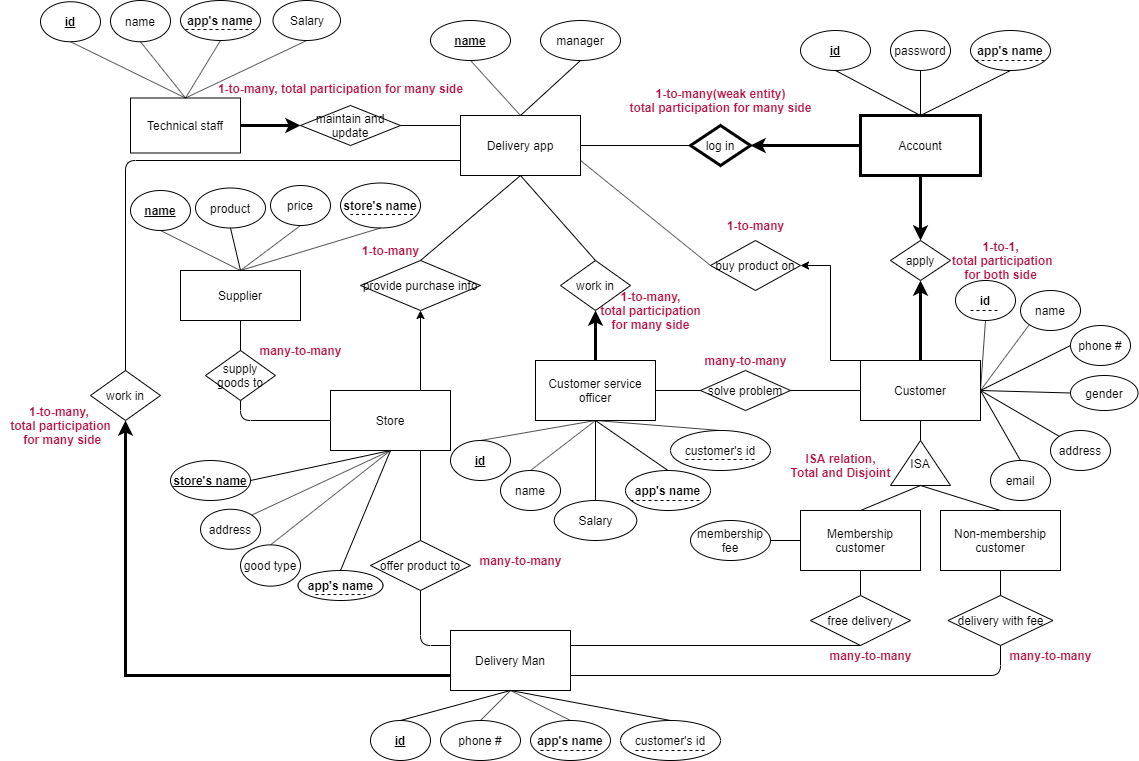
Above: ER.png in rubyEncap/CPSC304 (draw.io), before the change. Source tidied: cells renumbered, new cells last; positions are measured from the earlier drawing's top-left corner, leaving out a move shared by most shapes.
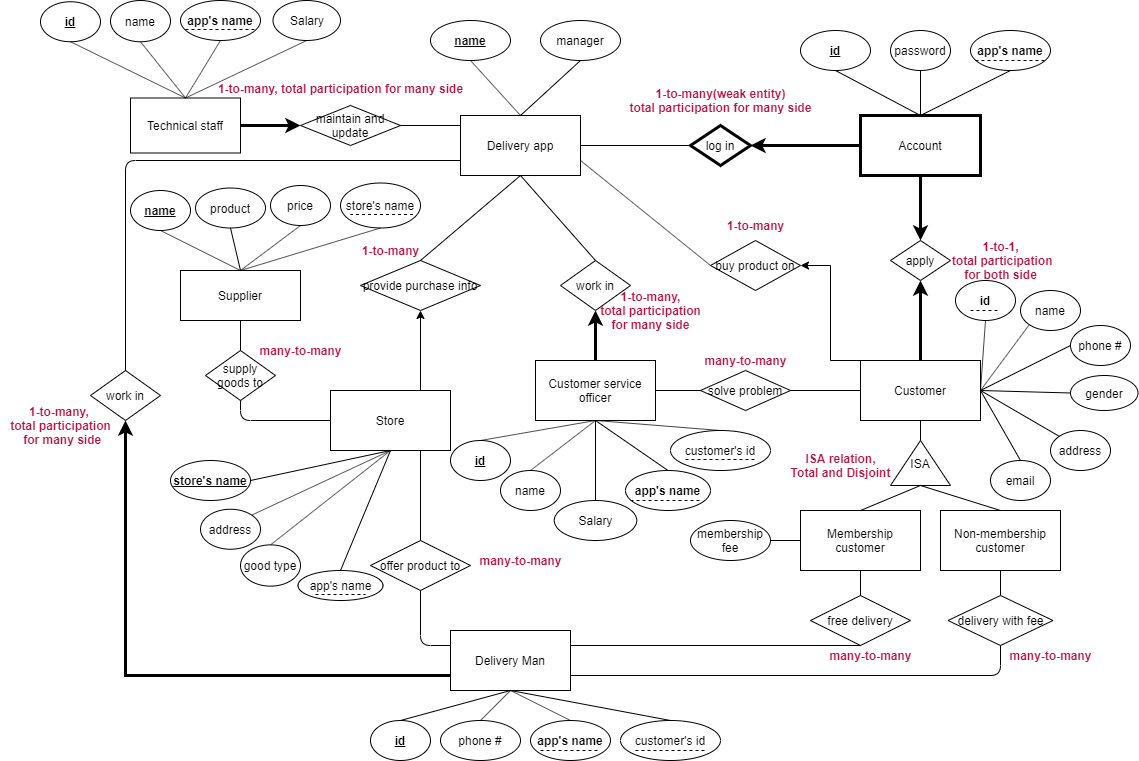
The same file after the commit.

The edit, as a diff of the source:
```diff
@@ -363,7 +363,7 @@
     <mxCell id="110" style="endArrow=none;html=1;entryX=0;entryY=0.5;entryDx=0;entryDy=0;exitX=1;exitY=0.5;exitDx=0;exitDy=0;" parent="1" edge="1" source="68" target="109">
       <mxGeometry relative="1" as="geometry" />
     </mxCell>
-    <mxCell id="111" value="&lt;span style=&quot;white-space: normal&quot;&gt;&lt;b&gt;app's name&lt;/b&gt;&lt;/span&gt;" style="ellipse;whiteSpace=wrap;html=1;" parent="1" vertex="1">
+    <mxCell id="111" value="&lt;span style=&quot;white-space: normal&quot;&gt;app's name&lt;/span&gt;" style="ellipse;whiteSpace=wrap;html=1;" parent="1" vertex="1">
       <mxGeometry x="297.5" y="570" width="85" height="30" as="geometry" />
     </mxCell>
     <mxCell id="112" style="endArrow=none;dashed=1;html=1;" parent="1" edge="1">
@@ -375,7 +375,7 @@
     <mxCell id="113" style="endArrow=none;html=1;entryX=0.5;entryY=1;entryDx=0;entryDy=0;exitX=0.5;exitY=0;exitDx=0;exitDy=0;" parent="1" edge="1" source="111" target="5">
       <mxGeometry relative="1" as="geometry" />
     </mxCell>
-    <mxCell id="114" value="&lt;b&gt;store's name&lt;/b&gt;" style="ellipse;whiteSpace=wrap;html=1;" parent="1" vertex="1">
+    <mxCell id="114" value="store's name" style="ellipse;whiteSpace=wrap;html=1;" parent="1" vertex="1">
       <mxGeometry x="340" y="182.5" width="80" height="45" as="geometry" />
     </mxCell>
     <mxCell id="115" style="endArrow=none;dashed=1;html=1;" parent="1" edge="1">
```
